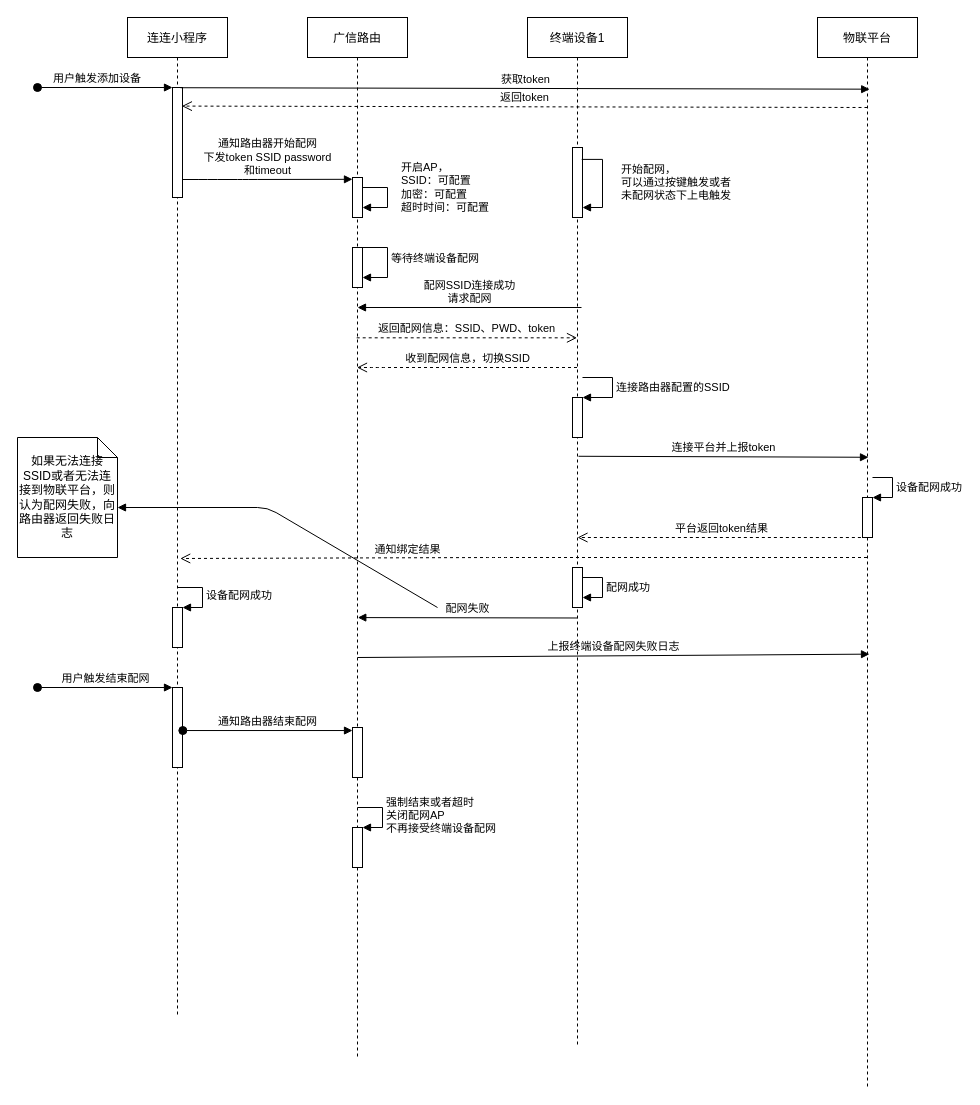
The draw.io diagram Untitled Diagram.drawio in xupenghu/bitmap, before the edit. Source tidied: cells renumbered, new cells numbered last; positions are measured from the earlier drawing's top-left corner, leaving out a move shared by most shapes. Both pictures are drawn from the tidied source at 100%, with x=0, y=0 at pixel (17, 17).
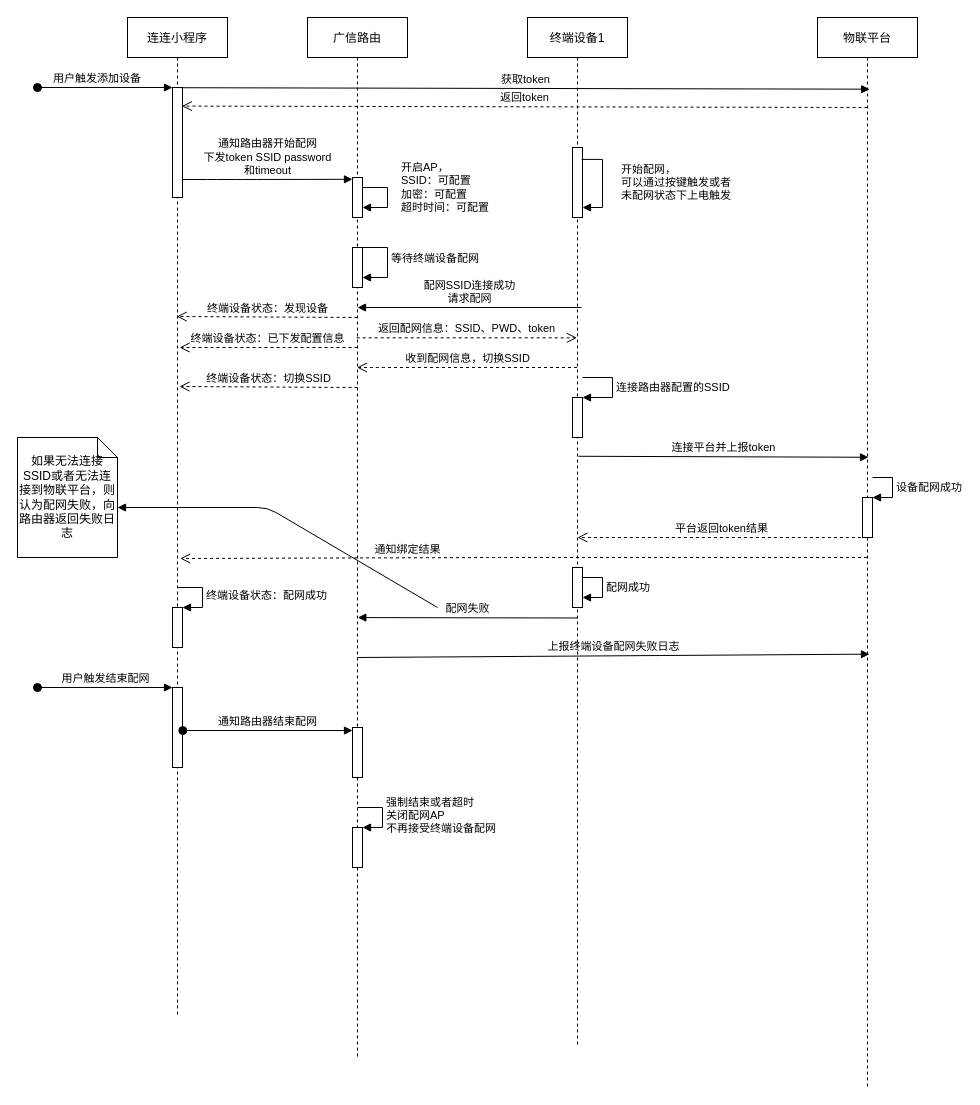
After the change.

Unchanged cells that the change refers to:
```xml
<mxCell id="2" value="连连小程序" style="shape=umlLifeline;perimeter=lifelinePerimeter;rounded=0;shadow=0;strokeWidth=1;" parent="1" vertex="1">
  <mxGeometry x="110" width="100" height="1000" as="geometry" />
</mxCell>
<mxCell id="5" style="html=1;points=[];perimeter=orthogonalPerimeter;" parent="2" vertex="1">
  <mxGeometry x="45" y="590" width="10" height="40" as="geometry" />
</mxCell>
```

What changed in the source:
```diff
@@
-    <mxCell id="6" value="设备配网成功" style="edgeStyle=orthogonalEdgeStyle;html=1;align=left;spacingLeft=2;endArrow=block;rounded=0;entryX=1;entryY=0;" parent="2" edge="1" target="5">
+    <mxCell id="6" value="终端设备状态：配网成功" style="edgeStyle=orthogonalEdgeStyle;html=1;align=left;spacingLeft=2;endArrow=block;rounded=0;entryX=1;entryY=0;" parent="2" edge="1" target="5">
       <mxGeometry relative="1" as="geometry">
         <mxPoint x="50" y="570" as="sourcePoint" />
         <Array as="points">
           <mxPoint x="75" y="570" />
         </Array>
       </mxGeometry>
     </mxCell>
@@
+    <mxCell id="41" value="终端设备状态：发现设备" style="html=1;verticalAlign=bottom;endArrow=open;dashed=1;endSize=8;entryX=0.492;entryY=0.299;entryDx=0;entryDy=0;entryPerimeter=0;" parent="1" edge="1" target="2">
+      <mxGeometry relative="1" as="geometry">
+        <mxPoint x="340" y="300" as="sourcePoint" />
+      </mxGeometry>
+    </mxCell>
+    <mxCell id="42" value="终端设备状态：切换SSID" style="html=1;verticalAlign=bottom;endArrow=open;dashed=1;endSize=8;entryX=0.52;entryY=0.369;entryDx=0;entryDy=0;entryPerimeter=0;" parent="1" edge="1" target="2">
+      <mxGeometry relative="1" as="geometry">
+        <mxPoint x="340" y="370" as="sourcePoint" />
+      </mxGeometry>
+    </mxCell>
+    <mxCell id="43" value="终端设备状态：已下发配置信息" style="html=1;verticalAlign=bottom;endArrow=open;dashed=1;endSize=8;entryX=0.521;entryY=0.33;entryDx=0;entryDy=0;entryPerimeter=0;" parent="1" edge="1" target="2">
+      <mxGeometry x="0.01" relative="1" as="geometry">
+        <mxPoint x="340" y="330" as="sourcePoint" />
+      </mxGeometry>
+    </mxCell>
```
